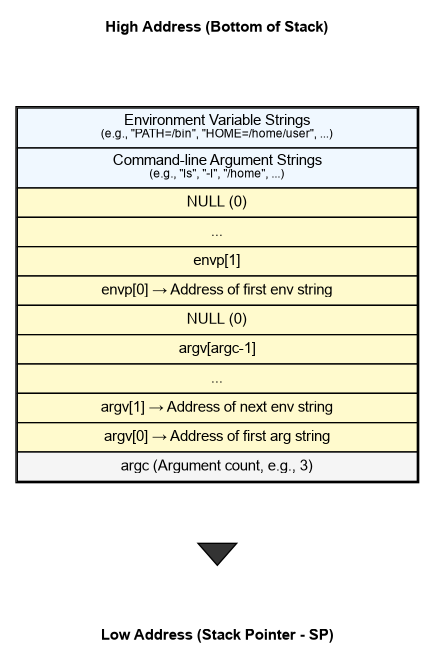
Before: docs/stack_layout.png, a diagram exported from Graphviz (gan-rui-lin/xv6-lab). Its source is kept beside it as docs/stack_layout.dot.
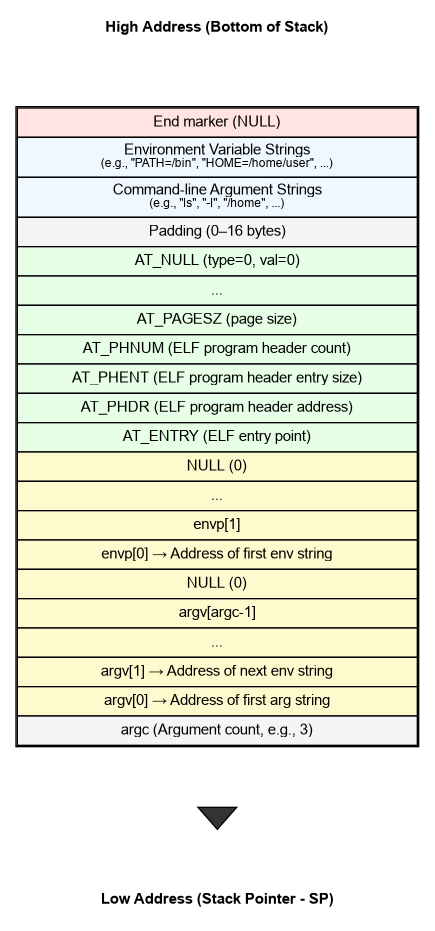
The same file after the commit.

What changed in the source:
```diff
@@ -7,6 +7,9 @@
 
   stack [label=<
     <TABLE BORDER="1" CELLBORDER="1" CELLSPACING="0" CELLPADDING="4">
+      <!-- 高地址末端标记 -->
+      <TR><TD BGCOLOR="#ffe4e1">End marker (NULL)</TD></TR>
+
       <!-- 字符串区域：高地址部分 -->
       <TR>
         <TD WIDTH="300" BGCOLOR="#f0f8ff">Environment Variable Strings<BR/><FONT POINT-SIZE="9">(e.g., "PATH=/bin", "HOME=/home/user", ...)</FONT></TD>
@@ -14,7 +17,20 @@
       <TR>
         <TD BGCOLOR="#f0f8ff">Command-line Argument Strings<BR/><FONT POINT-SIZE="9">(e.g., "ls", "-l", "/home", ...)</FONT></TD>
       </TR>
-      <!-- 指针数组区域 -->
+
+      <!-- 对齐/填充 -->
+      <TR><TD BGCOLOR="#f5f5f5">Padding (0–16 bytes)</TD></TR>
+
+      <!-- auxv 区域 -->
+      <TR><TD BGCOLOR="#e6ffe6">AT_NULL (type=0, val=0)</TD></TR>
+      <TR><TD BGCOLOR="#e6ffe6">...</TD></TR>
+      <TR><TD BGCOLOR="#e6ffe6">AT_PAGESZ (page size)</TD></TR>
+      <TR><TD BGCOLOR="#e6ffe6">AT_PHNUM (ELF program header count)</TD></TR>
+      <TR><TD BGCOLOR="#e6ffe6">AT_PHENT (ELF program header entry size)</TD></TR>
+      <TR><TD BGCOLOR="#e6ffe6">AT_PHDR (ELF program header address)</TD></TR>
+      <TR><TD BGCOLOR="#e6ffe6">AT_ENTRY (ELF entry point)</TD></TR>
+
+      <!-- 指针数组区域：envp/argv/argc（低地址在下方） -->
       <TR><TD BGCOLOR="#fffacd">NULL (0)</TD></TR>
 
       <TR><TD BGCOLOR="#fffacd">...</TD></TR>
@@ -27,7 +43,7 @@
       <TR><TD BGCOLOR="#fffacd">argv[1] → Address of next env string</TD></TR>
       <TR><TD BGCOLOR="#fffacd">argv[0] → Address of first arg string</TD></TR>
 
-      <!-- 栈顶区域 -->
+      <!-- 栈顶区域（低地址） -->
       <TR>
         <TD BGCOLOR="#f5f5f5">argc (Argument count, e.g., 3)</TD>
       </TR>
```
